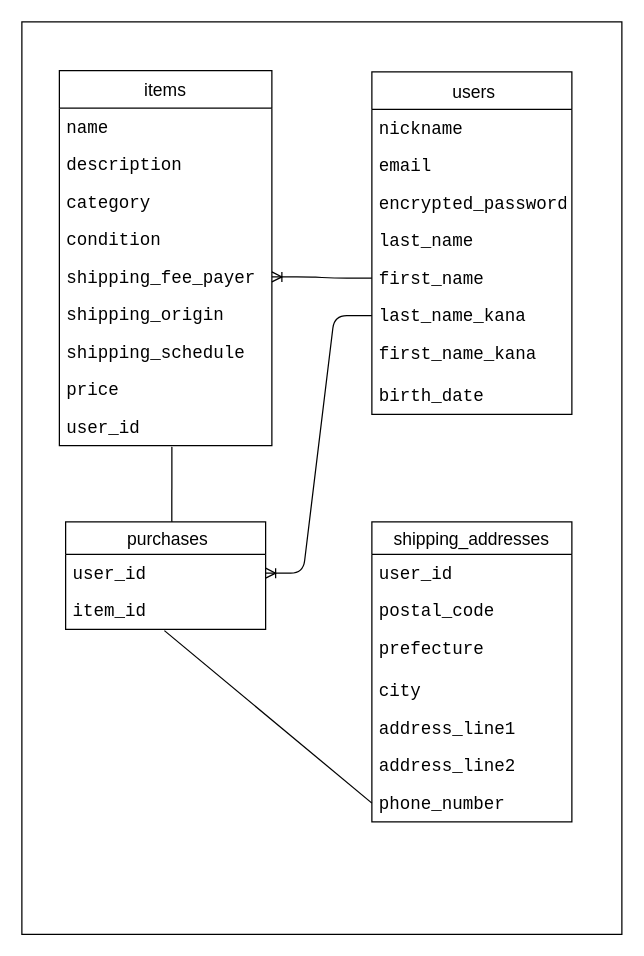
Earlier version of the draw.io diagram ER.dio (Aneanerei/furima-42270). Source tidied: cells renumbered, new cells numbered last; positions are measured from the earlier drawing's top-left corner, leaving out a move shared by most shapes. Both pictures are drawn from the tidied source at 125%, with x=0, y=0 at pixel (21, 21).
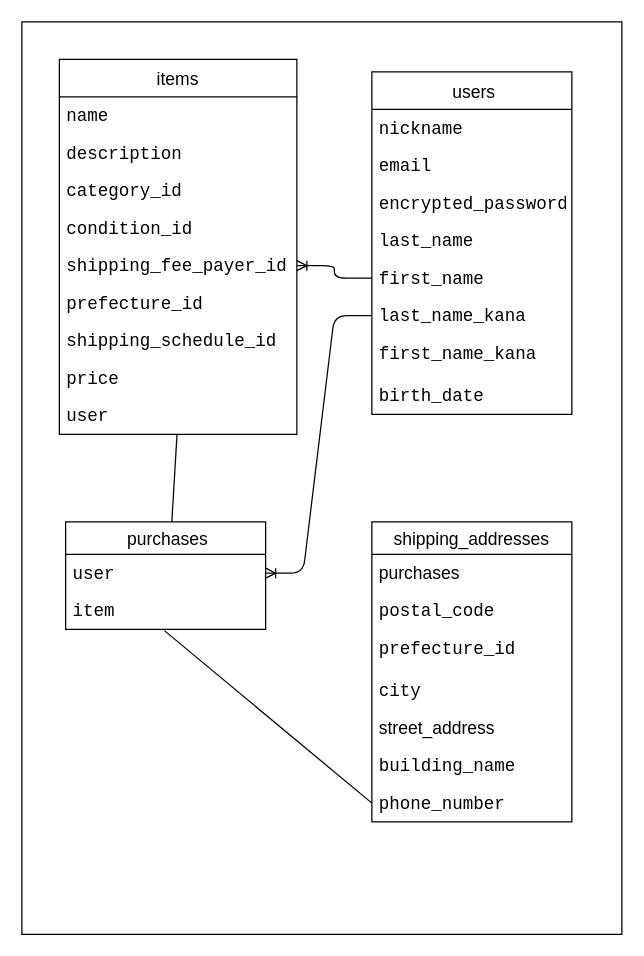
Above is the later version.

Commit message (it also covers changes not shown here):
データベース設計修正

The change refers to these unchanged cells:
```xml
<mxCell id="3" value=" purchases " style="swimlane;fontStyle=0;horizontal=1;startSize=26;align=center;fontSize=14;" parent="1" vertex="1">
  <mxGeometry x="35" y="400" width="160" height="86" as="geometry" />
</mxCell>
<mxCell id="25" value="shipping_addresses " style="swimlane;fontStyle=0;horizontal=1;startSize=26;align=center;fontSize=14;" parent="1" vertex="1">
  <mxGeometry x="280" y="400" width="160" height="240" as="geometry" />
</mxCell>
```

Change to the diagram source:
```diff
@@
-    <mxCell id="4" value="&lt;div style=&quot;font-family: Consolas, &amp;quot;Courier New&amp;quot;, monospace; font-size: 14px; line-height: 19px; white-space: pre;&quot;&gt;&lt;span style=&quot;&quot;&gt;user_id &lt;/span&gt;&lt;/div&gt;" style="text;strokeColor=none;fillColor=none;spacingLeft=4;spacingRight=4;overflow=hidden;points=[[0,0.5],[1,0.5]];portConstraint=eastwest;fontSize=12;whiteSpace=wrap;html=1;fontColor=default;labelBackgroundColor=default;" parent="3" vertex="1">
+    <mxCell id="4" value="&lt;div style=&quot;font-family: Consolas, &amp;quot;Courier New&amp;quot;, monospace; font-size: 14px; line-height: 19px; white-space: pre;&quot;&gt;&lt;span style=&quot;&quot;&gt;user&lt;/span&gt;&lt;/div&gt;&lt;div style=&quot;font-family: Consolas, &amp;quot;Courier New&amp;quot;, monospace; font-size: 14px; line-height: 19px; white-space: pre;&quot;&gt;&lt;span style=&quot;&quot;&gt;&lt;br&gt;&lt;/span&gt;&lt;/div&gt;" style="text;strokeColor=none;fillColor=none;spacingLeft=4;spacingRight=4;overflow=hidden;points=[[0,0.5],[1,0.5]];portConstraint=eastwest;fontSize=12;whiteSpace=wrap;html=1;fontColor=default;labelBackgroundColor=default;" parent="3" vertex="1">
       <mxGeometry y="26" width="160" height="30" as="geometry" />
     </mxCell>
-    <mxCell id="5" value="&lt;div style=&quot;font-family: Consolas, &amp;quot;Courier New&amp;quot;, monospace; font-size: 14px; line-height: 19px; white-space: pre;&quot;&gt;&lt;div style=&quot;line-height: 19px;&quot;&gt;&lt;span style=&quot;&quot;&gt;item_id &lt;/span&gt;&lt;/div&gt;&lt;/div&gt;" style="text;strokeColor=none;fillColor=none;spacingLeft=4;spacingRight=4;overflow=hidden;points=[[0,0.5],[1,0.5]];portConstraint=eastwest;fontSize=12;whiteSpace=wrap;html=1;fontColor=default;labelBackgroundColor=default;" parent="3" vertex="1">
+    <mxCell id="5" value="&lt;div style=&quot;font-family: Consolas, &amp;quot;Courier New&amp;quot;, monospace; font-size: 14px; line-height: 19px; white-space: pre;&quot;&gt;&lt;div style=&quot;line-height: 19px;&quot;&gt;&lt;span style=&quot;&quot;&gt;item&lt;/span&gt;&lt;/div&gt;&lt;/div&gt;" style="text;strokeColor=none;fillColor=none;spacingLeft=4;spacingRight=4;overflow=hidden;points=[[0,0.5],[1,0.5]];portConstraint=eastwest;fontSize=12;whiteSpace=wrap;html=1;fontColor=default;labelBackgroundColor=default;" parent="3" vertex="1">
       <mxGeometry y="56" width="160" height="30" as="geometry" />
     </mxCell>
@@
     <mxCell id="15" value="items" style="swimlane;fontStyle=0;horizontal=1;startSize=30;align=center;fontSize=14;" parent="1" vertex="1">
-      <mxGeometry x="30" y="39" width="170" height="300" as="geometry" />
+      <mxGeometry x="30" y="30" width="190" height="300" as="geometry" />
     </mxCell>
     <mxCell id="16" value="&lt;div style=&quot;font-family: Consolas, &amp;quot;Courier New&amp;quot;, monospace; font-size: 14px; line-height: 19px; white-space: pre;&quot;&gt;&lt;span style=&quot;&quot;&gt;name&lt;/span&gt;&lt;/div&gt;" style="text;strokeColor=none;fillColor=none;spacingLeft=4;spacingRight=4;overflow=hidden;fontSize=12;whiteSpace=wrap;html=1;fontColor=default;labelBackgroundColor=default;" parent="15" vertex="1">
-      <mxGeometry y="30" width="170" height="30" as="geometry" />
+      <mxGeometry y="30" width="190" height="30" as="geometry" />
     </mxCell>
-    <mxCell id="17" value="&lt;div style=&quot;font-family: Consolas, &amp;quot;Courier New&amp;quot;, monospace; font-size: 14px; line-height: 19px; white-space: pre;&quot;&gt;&lt;span style=&quot;&quot;&gt;description&lt;/span&gt;&lt;/div&gt;" style="text;strokeColor=none;fillColor=none;spacingLeft=4;spacingRight=4;overflow=hidden;fontSize=12;whiteSpace=wrap;html=1;fontColor=default;labelBackgroundColor=default;" parent="15" vertex="1">
-      <mxGeometry y="60" width="170" height="30" as="geometry" />
+    <mxCell id="17" value="&lt;div style=&quot;font-family: Consolas, &amp;quot;Courier New&amp;quot;, monospace; font-size: 14px; line-height: 19px; white-space: pre;&quot;&gt;&lt;span style=&quot;&quot;&gt;description&lt;/span&gt;&lt;/div&gt;" style="text;strokeColor=none;fillColor=none;spacingLeft=4;spacingRight=4;overflow=hidden;fontSize=12;whiteSpace=wrap;html=1;fontColor=#000000;labelBackgroundColor=default;" parent="15" vertex="1">
+      <mxGeometry y="60" width="190" height="30" as="geometry" />
     </mxCell>
-    <mxCell id="18" value="&lt;div style=&quot;font-family: Consolas, &amp;quot;Courier New&amp;quot;, monospace; font-size: 14px; line-height: 19px; white-space: pre;&quot;&gt;&lt;span style=&quot;&quot;&gt;category&lt;/span&gt;&lt;/div&gt;" style="text;strokeColor=none;fillColor=none;spacingLeft=4;spacingRight=4;overflow=hidden;fontSize=12;whiteSpace=wrap;html=1;fontColor=default;labelBackgroundColor=default;" parent="15" vertex="1">
-      <mxGeometry y="90" width="170" height="30" as="geometry" />
+    <mxCell id="18" value="&lt;div style=&quot;font-family: Consolas, &amp;quot;Courier New&amp;quot;, monospace; font-size: 14px; line-height: 19px; white-space: pre;&quot;&gt;&lt;span style=&quot;&quot;&gt;category_id&lt;/span&gt;&lt;/div&gt;" style="text;strokeColor=none;fillColor=none;spacingLeft=4;spacingRight=4;overflow=hidden;fontSize=12;whiteSpace=wrap;html=1;fontColor=#000000;labelBackgroundColor=default;" parent="15" vertex="1">
+      <mxGeometry y="90" width="190" height="30" as="geometry" />
     </mxCell>
-    <mxCell id="19" value="&lt;div style=&quot;font-family: Consolas, &amp;quot;Courier New&amp;quot;, monospace; font-size: 14px; line-height: 19px; white-space: pre;&quot;&gt;&lt;div style=&quot;line-height: 19px;&quot;&gt;&lt;div style=&quot;line-height: 19px;&quot;&gt;&lt;span style=&quot;&quot;&gt;condition &lt;/span&gt;&lt;/div&gt;&lt;/div&gt;&lt;/div&gt;" style="text;strokeColor=none;fillColor=none;spacingLeft=4;spacingRight=4;overflow=hidden;fontSize=12;whiteSpace=wrap;html=1;fontColor=default;labelBackgroundColor=default;" parent="15" vertex="1">
-      <mxGeometry y="120" width="170" height="30" as="geometry" />
+    <mxCell id="19" value="&lt;div style=&quot;font-family: Consolas, &amp;quot;Courier New&amp;quot;, monospace; font-size: 14px; line-height: 19px; white-space: pre;&quot;&gt;&lt;div style=&quot;line-height: 19px;&quot;&gt;&lt;div style=&quot;line-height: 19px;&quot;&gt;&lt;span style=&quot;&quot;&gt;condition_id&lt;/span&gt;&lt;/div&gt;&lt;/div&gt;&lt;/div&gt;" style="text;strokeColor=none;fillColor=none;spacingLeft=4;spacingRight=4;overflow=hidden;fontSize=12;whiteSpace=wrap;html=1;fontColor=#000000;labelBackgroundColor=default;" parent="15" vertex="1">
+      <mxGeometry y="120" width="190" height="30" as="geometry" />
     </mxCell>
-    <mxCell id="20" value="&lt;div style=&quot;font-family: Consolas, &amp;quot;Courier New&amp;quot;, monospace; font-size: 14px; line-height: 19px; white-space: pre;&quot;&gt;&lt;div style=&quot;line-height: 19px;&quot;&gt;&lt;span style=&quot;&quot;&gt;shipping_fee_payer &lt;/span&gt;&lt;/div&gt;&lt;/div&gt;" style="text;strokeColor=none;fillColor=none;spacingLeft=4;spacingRight=4;overflow=hidden;points=[[0,0.5],[1,0.5]];portConstraint=eastwest;fontSize=12;whiteSpace=wrap;html=1;fontColor=default;labelBackgroundColor=default;" parent="15" vertex="1">
-      <mxGeometry y="150" width="170" height="30" as="geometry" />
+    <mxCell id="20" value="&lt;div style=&quot;font-family: Consolas, &amp;quot;Courier New&amp;quot;, monospace; font-size: 14px; line-height: 19px; white-space: pre;&quot;&gt;&lt;div style=&quot;line-height: 19px;&quot;&gt;&lt;font style=&quot;&quot;&gt;&lt;span style=&quot;&quot;&gt;shipping_fee_payer&lt;/span&gt;&lt;span style=&quot;background-color: light-dark(#ffffff, var(--ge-dark-color, #121212));&quot;&gt;_id&lt;/span&gt;&lt;span style=&quot;background-color: light-dark(#ffffff, var(--ge-dark-color, #121212));&quot;&gt; &lt;/span&gt;&lt;/font&gt;&lt;/div&gt;&lt;/div&gt;" style="text;strokeColor=none;fillColor=none;spacingLeft=4;spacingRight=4;overflow=hidden;points=[[0,0.5],[1,0.5]];portConstraint=eastwest;fontSize=12;whiteSpace=wrap;html=1;fontColor=#000000;labelBackgroundColor=default;" parent="15" vertex="1">
+      <mxGeometry y="150" width="190" height="30" as="geometry" />
     </mxCell>
-    <mxCell id="21" value="&lt;div style=&quot;font-family: Consolas, &amp;quot;Courier New&amp;quot;, monospace; font-size: 14px; line-height: 19px; white-space: pre;&quot;&gt;&lt;div style=&quot;line-height: 19px;&quot;&gt;&lt;div style=&quot;line-height: 19px;&quot;&gt;&lt;span style=&quot;&quot;&gt;shipping_origin &lt;/span&gt;&lt;/div&gt;&lt;/div&gt;&lt;/div&gt;" style="text;strokeColor=none;fillColor=none;spacingLeft=4;spacingRight=4;overflow=hidden;fontSize=12;whiteSpace=wrap;html=1;fontColor=default;labelBackgroundColor=default;" parent="15" vertex="1">
-      <mxGeometry y="180" width="170" height="30" as="geometry" />
+    <mxCell id="21" value="&lt;div style=&quot;font-family: Consolas, &amp;quot;Courier New&amp;quot;, monospace; font-size: 14px; line-height: 19px; white-space: pre;&quot;&gt;&lt;div style=&quot;line-height: 19px;&quot;&gt;&lt;div style=&quot;line-height: 19px;&quot;&gt;&lt;div style=&quot;line-height: 19px;&quot;&gt;&lt;span style=&quot;background-color: light-dark(#ffffff, var(--ge-dark-color, #121212));&quot;&gt;&lt;font style=&quot;&quot;&gt;prefecture_id &amp;nbsp;&lt;/font&gt;&lt;/span&gt;&lt;/div&gt;&lt;/div&gt;&lt;/div&gt;&lt;/div&gt;" style="text;strokeColor=none;fillColor=none;spacingLeft=4;spacingRight=4;overflow=hidden;fontSize=12;whiteSpace=wrap;html=1;fontColor=#000000;labelBackgroundColor=default;" parent="15" vertex="1">
+      <mxGeometry y="180" width="190" height="30" as="geometry" />
     </mxCell>
-    <mxCell id="22" value="&lt;div style=&quot;font-family: Consolas, &amp;quot;Courier New&amp;quot;, monospace; font-size: 14px; line-height: 19px; white-space: pre;&quot;&gt;&lt;div style=&quot;line-height: 19px;&quot;&gt;&lt;div style=&quot;line-height: 19px;&quot;&gt;&lt;div style=&quot;line-height: 19px;&quot;&gt;&lt;span style=&quot;&quot;&gt;shipping_schedule &amp;nbsp;&lt;/span&gt;&lt;/div&gt;&lt;/div&gt;&lt;/div&gt;&lt;/div&gt;" style="text;strokeColor=none;fillColor=none;spacingLeft=4;spacingRight=4;overflow=hidden;fontSize=12;whiteSpace=wrap;html=1;fontColor=default;labelBackgroundColor=default;" parent="15" vertex="1">
-      <mxGeometry y="210" width="170" height="30" as="geometry" />
+    <mxCell id="22" value="&lt;div style=&quot;font-family: Consolas, &amp;quot;Courier New&amp;quot;, monospace; font-size: 14px; line-height: 19px; white-space: pre;&quot;&gt;&lt;div style=&quot;line-height: 19px;&quot;&gt;&lt;div style=&quot;line-height: 19px;&quot;&gt;&lt;div style=&quot;line-height: 19px;&quot;&gt;&lt;span style=&quot;&quot;&gt;shipping_schedule&lt;/span&gt;&lt;span style=&quot;background-color: light-dark(#ffffff, var(--ge-dark-color, #121212));&quot;&gt;_id&lt;/span&gt;&lt;span style=&quot;background-color: light-dark(#ffffff, var(--ge-dark-color, #121212));&quot;&gt; &amp;nbsp;&lt;/span&gt;&lt;/div&gt;&lt;/div&gt;&lt;/div&gt;&lt;/div&gt;" style="text;strokeColor=none;fillColor=none;spacingLeft=4;spacingRight=4;overflow=hidden;fontSize=12;whiteSpace=wrap;html=1;fontColor=#000000;labelBackgroundColor=default;" parent="15" vertex="1">
+      <mxGeometry y="210" width="190" height="30" as="geometry" />
     </mxCell>
-    <mxCell id="23" value="&lt;div style=&quot;font-family: Consolas, &amp;quot;Courier New&amp;quot;, monospace; font-size: 14px; line-height: 19px; white-space: pre;&quot;&gt;&lt;div style=&quot;line-height: 19px;&quot;&gt;&lt;div style=&quot;line-height: 19px;&quot;&gt;&lt;div style=&quot;line-height: 19px;&quot;&gt;&lt;div style=&quot;line-height: 19px;&quot;&gt;&lt;span style=&quot;&quot;&gt;price&lt;/span&gt;&lt;/div&gt;&lt;/div&gt;&lt;/div&gt;&lt;/div&gt;&lt;/div&gt;" style="text;strokeColor=none;fillColor=none;spacingLeft=4;spacingRight=4;overflow=hidden;fontSize=12;whiteSpace=wrap;html=1;fontColor=default;labelBackgroundColor=default;" parent="15" vertex="1">
-      <mxGeometry y="240" width="170" height="30" as="geometry" />
+    <mxCell id="23" value="&lt;div style=&quot;font-family: Consolas, &amp;quot;Courier New&amp;quot;, monospace; font-size: 14px; line-height: 19px; white-space: pre;&quot;&gt;&lt;div style=&quot;line-height: 19px;&quot;&gt;&lt;div style=&quot;line-height: 19px;&quot;&gt;&lt;div style=&quot;line-height: 19px;&quot;&gt;&lt;div style=&quot;line-height: 19px;&quot;&gt;&lt;span style=&quot;&quot;&gt;price&lt;/span&gt;&lt;/div&gt;&lt;/div&gt;&lt;/div&gt;&lt;/div&gt;&lt;/div&gt;" style="text;strokeColor=none;fillColor=none;spacingLeft=4;spacingRight=4;overflow=hidden;fontSize=12;whiteSpace=wrap;html=1;fontColor=#000000;labelBackgroundColor=default;" parent="15" vertex="1">
+      <mxGeometry y="240" width="190" height="30" as="geometry" />
     </mxCell>
-    <mxCell id="24" value="&lt;div style=&quot;font-family: Consolas, &amp;quot;Courier New&amp;quot;, monospace; font-size: 14px; line-height: 19px; white-space: pre;&quot;&gt;&lt;div style=&quot;line-height: 19px;&quot;&gt;&lt;div style=&quot;line-height: 19px;&quot;&gt;&lt;div style=&quot;line-height: 19px;&quot;&gt;&lt;div style=&quot;line-height: 19px;&quot;&gt;&lt;span style=&quot;&quot;&gt;user_id&lt;/span&gt;&lt;/div&gt;&lt;/div&gt;&lt;/div&gt;&lt;/div&gt;&lt;/div&gt;" style="text;strokeColor=none;fillColor=none;spacingLeft=4;spacingRight=4;overflow=hidden;points=[[0,0.5],[1,0.5]];portConstraint=eastwest;fontSize=12;whiteSpace=wrap;html=1;fontColor=default;labelBackgroundColor=default;" parent="15" vertex="1">
-      <mxGeometry y="270" width="170" height="30" as="geometry" />
+    <mxCell id="24" value="&lt;div style=&quot;font-family: Consolas, &amp;quot;Courier New&amp;quot;, monospace; font-size: 14px; line-height: 19px; white-space: pre;&quot;&gt;&lt;div style=&quot;line-height: 19px;&quot;&gt;&lt;div style=&quot;line-height: 19px;&quot;&gt;&lt;div style=&quot;line-height: 19px;&quot;&gt;&lt;div style=&quot;line-height: 19px;&quot;&gt;&lt;span style=&quot;&quot;&gt;user&lt;/span&gt;&lt;/div&gt;&lt;/div&gt;&lt;/div&gt;&lt;/div&gt;&lt;/div&gt;" style="text;strokeColor=none;fillColor=none;spacingLeft=4;spacingRight=4;overflow=hidden;points=[[0,0.5],[1,0.5]];portConstraint=eastwest;fontSize=12;whiteSpace=wrap;html=1;fontColor=#000000;labelBackgroundColor=default;" parent="15" vertex="1">
+      <mxGeometry y="270" width="190" height="30" as="geometry" />
     </mxCell>
@@
-    <mxCell id="26" value="&lt;div style=&quot;font-family: Consolas, &amp;quot;Courier New&amp;quot;, monospace; font-size: 14px; line-height: 19px; white-space: pre;&quot;&gt;&lt;span style=&quot;&quot;&gt;user_id&lt;/span&gt;&lt;/div&gt;" style="text;strokeColor=none;fillColor=none;spacingLeft=4;spacingRight=4;overflow=hidden;fontSize=12;whiteSpace=wrap;html=1;labelBackgroundColor=default;fontColor=default;" parent="25" vertex="1">
+    <mxCell id="26" value="&lt;font style=&quot;font-size: 14px;&quot;&gt;purchases&lt;/font&gt;" style="text;strokeColor=none;fillColor=none;spacingLeft=4;spacingRight=4;overflow=hidden;fontSize=12;whiteSpace=wrap;html=1;labelBackgroundColor=default;fontColor=default;" parent="25" vertex="1">
       <mxGeometry y="26" width="160" height="30" as="geometry" />
     </mxCell>
@@
-    <mxCell id="28" value="&lt;div style=&quot;font-family: Consolas, &amp;quot;Courier New&amp;quot;, monospace; font-size: 14px; line-height: 19px; white-space: pre;&quot;&gt;&lt;span style=&quot;&quot;&gt;prefecture&lt;/span&gt;&lt;/div&gt;" style="text;strokeColor=none;fillColor=none;spacingLeft=4;spacingRight=4;overflow=hidden;fontSize=12;whiteSpace=wrap;html=1;fontColor=default;labelBackgroundColor=default;" parent="25" vertex="1">
+    <mxCell id="28" value="&lt;div style=&quot;font-family: Consolas, &amp;quot;Courier New&amp;quot;, monospace; font-size: 14px; line-height: 19px; white-space: pre;&quot;&gt;&lt;span style=&quot;&quot;&gt;prefecture_id&lt;/span&gt;&lt;/div&gt;" style="text;strokeColor=none;fillColor=none;spacingLeft=4;spacingRight=4;overflow=hidden;fontSize=12;whiteSpace=wrap;html=1;fontColor=default;labelBackgroundColor=default;" parent="25" vertex="1">
       <mxGeometry y="86" width="160" height="34" as="geometry" />
     </mxCell>
@@
-    <mxCell id="30" value="&lt;div style=&quot;font-family: Consolas, &amp;quot;Courier New&amp;quot;, monospace; font-size: 14px; line-height: 19px; white-space: pre;&quot;&gt;&lt;div style=&quot;line-height: 19px;&quot;&gt;&lt;span style=&quot;&quot;&gt;address_line1&lt;/span&gt;&lt;/div&gt;&lt;/div&gt;" style="text;strokeColor=none;fillColor=none;spacingLeft=4;spacingRight=4;overflow=hidden;fontSize=12;whiteSpace=wrap;html=1;fontColor=default;labelBackgroundColor=default;" parent="25" vertex="1">
+    <mxCell id="30" value="&lt;font style=&quot;font-size: 14px;&quot;&gt;street_address&lt;/font&gt;" style="text;strokeColor=none;fillColor=none;spacingLeft=4;spacingRight=4;overflow=hidden;fontSize=12;whiteSpace=wrap;html=1;fontColor=default;labelBackgroundColor=default;" parent="25" vertex="1">
       <mxGeometry y="150" width="160" height="30" as="geometry" />
     </mxCell>
-    <mxCell id="31" value="&lt;div style=&quot;font-family: Consolas, &amp;quot;Courier New&amp;quot;, monospace; font-size: 14px; line-height: 19px; white-space: pre;&quot;&gt;&lt;div style=&quot;line-height: 19px;&quot;&gt;&lt;span style=&quot;&quot;&gt;address_line2 &lt;/span&gt;&lt;/div&gt;&lt;/div&gt;" style="text;strokeColor=none;fillColor=none;spacingLeft=4;spacingRight=4;overflow=hidden;fontSize=12;whiteSpace=wrap;html=1;fontColor=default;labelBackgroundColor=default;" parent="25" vertex="1">
+    <mxCell id="31" value="&lt;div style=&quot;font-family: Consolas, &amp;quot;Courier New&amp;quot;, monospace; font-size: 14px; line-height: 19px; white-space: pre;&quot;&gt;&lt;div style=&quot;line-height: 19px;&quot;&gt;building_name&lt;/div&gt;&lt;/div&gt;" style="text;strokeColor=none;fillColor=none;spacingLeft=4;spacingRight=4;overflow=hidden;fontSize=12;whiteSpace=wrap;html=1;fontColor=default;labelBackgroundColor=default;" parent="25" vertex="1">
       <mxGeometry y="180" width="160" height="30" as="geometry" />
     </mxCell>
@@
-    <mxCell id="34" style="endArrow=none;html=1;rounded=0;entryX=0.531;entryY=0;entryDx=0;entryDy=0;entryPerimeter=0;" parent="1" edge="1" target="3">
-      <mxGeometry relative="1" as="geometry">
-        <mxPoint x="120" y="340" as="sourcePoint" />
-      </mxGeometry>
+    <mxCell id="34" style="endArrow=none;html=1;rounded=0;entryX=0.531;entryY=0;entryDx=0;entryDy=0;entryPerimeter=0;" parent="1" edge="1" source="24" target="3">
+      <mxGeometry relative="1" as="geometry" />
     </mxCell>
```
